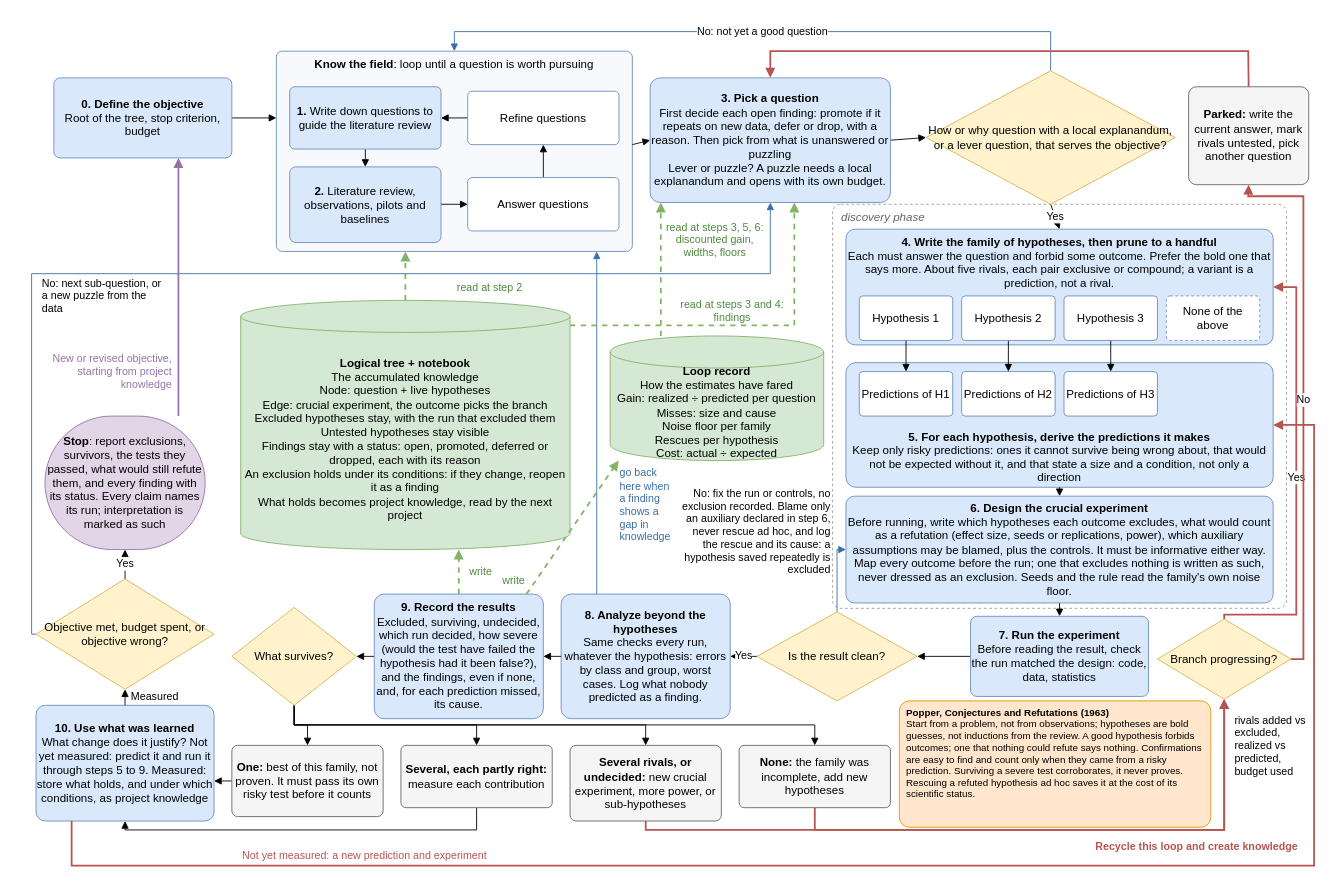
Earlier version of the draw.io diagram strong_inference_workflow.drawio (LucasCra/strong-inference-walkthrough). Source tidied: cells renumbered, new cells numbered last; positions are measured from the earlier drawing's top-left corner, leaving out a move shared by most shapes. Both pictures are drawn from the tidied source at 89%, with x=0, y=0 at pixel (31, 31).
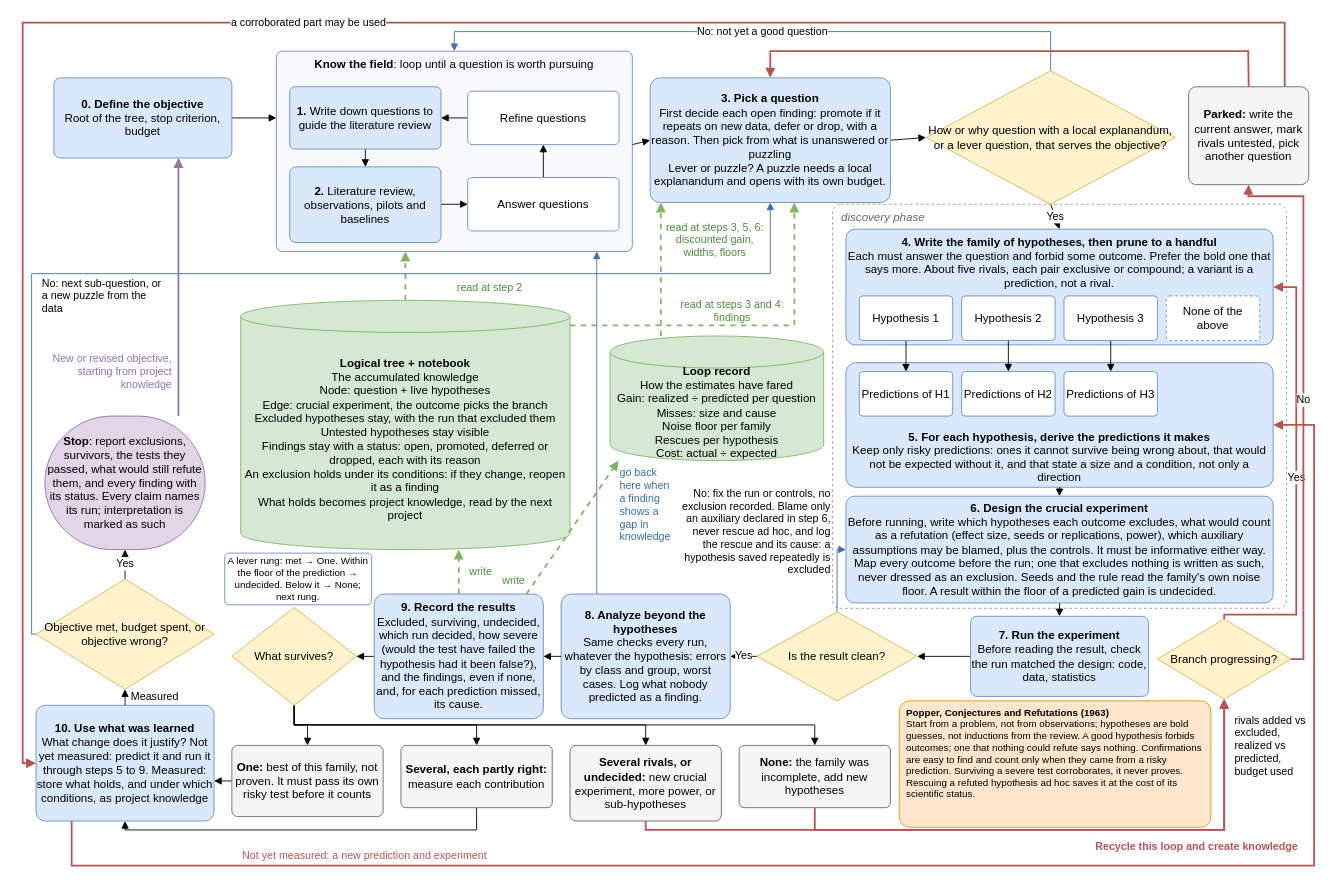
After the change.

The change refers to these unchanged cells:
```xml
<mxCell id="71" value="&lt;b&gt;10. Use what was learned&lt;/b&gt;&lt;br&gt;What change does it justify? Not yet measured: predict it and run it through steps 5 to 9. Measured: store what holds, and under which conditions, as project knowledge" style="rounded=1;arcSize=8;whiteSpace=wrap;html=1;fillColor=#dae8fc;strokeColor=#6c8ebf;fontSize=13;" parent="1" vertex="1">
  <mxGeometry x="5" y="757" width="200" height="130" as="geometry" />
</mxCell>
<mxCell id="89" value="&lt;b&gt;Parked:&lt;/b&gt; write the current answer, mark rivals untested, pick another question" style="rounded=1;arcSize=8;whiteSpace=wrap;html=1;fillColor=#f5f5f5;strokeColor=#666666;fontSize=13;" parent="1" vertex="1">
  <mxGeometry x="1300" y="62" width="135" height="110" as="geometry" />
</mxCell>
```

What changed in the source:
```diff
@@
-    <mxCell id="51" value="&lt;b&gt;6. Design the crucial experiment&lt;/b&gt;&lt;br&gt;Before running, write which hypotheses each outcome excludes, what would count as a refutation (effect size, seeds or replications, power), which auxiliary assumptions may be blamed, plus the controls. It must be informative either way. Map every outcome before the run; one that excludes nothing is written as such, never dressed as an exclusion. Seeds and the rule read the family's own noise floor." style="rounded=1;arcSize=8;whiteSpace=wrap;html=1;fillColor=#dae8fc;strokeColor=#6c8ebf;fontSize=13;" parent="1" vertex="1">
+    <mxCell id="51" value="&lt;b&gt;6. Design the crucial experiment&lt;/b&gt;&lt;br&gt;Before running, write which hypotheses each outcome excludes, what would count as a refutation (effect size, seeds or replications, power), which auxiliary assumptions may be blamed, plus the controls. It must be informative either way. Map every outcome before the run; one that excludes nothing is written as such, never dressed as an exclusion. Seeds and the rule read the family's own noise floor. A result within the floor of a predicted gain is undecided." style="rounded=1;arcSize=8;whiteSpace=wrap;html=1;fillColor=#dae8fc;strokeColor=#6c8ebf;fontSize=13;" parent="1" vertex="1">
       <mxGeometry x="915" y="522" width="480" height="120" as="geometry" />
     </mxCell>
@@
+    <mxCell id="92" value="a corroborated part may be used" style="edgeStyle=none;html=1;rounded=0;endArrow=block;exitX=0.8;exitY=0;exitDx=0;exitDy=0;entryX=0;entryY=0.5;entryDx=0;entryDy=0;strokeColor=#b85450;strokeWidth=2;labelBackgroundColor=#ffffff;fontSize=12;" parent="1" edge="1" source="89" target="71">
+      <mxGeometry relative="1" as="geometry">
+        <Array as="points">
+          <mxPoint x="1408" y="-10" />
+          <mxPoint x="-10" y="-10" />
+          <mxPoint x="-10" y="822" />
+        </Array>
+      </mxGeometry>
+    </mxCell>
+    <mxCell id="93" value="A lever rung: met → One. Within the floor of the prediction → undecided. Below it → None; next rung." style="rounded=1;arcSize=8;whiteSpace=wrap;html=1;fillColor=#ffffff;strokeColor=#6c8ebf;fontSize=11;" parent="1" vertex="1">
+      <mxGeometry x="217" y="586" width="165" height="58" as="geometry" />
+    </mxCell>
```
